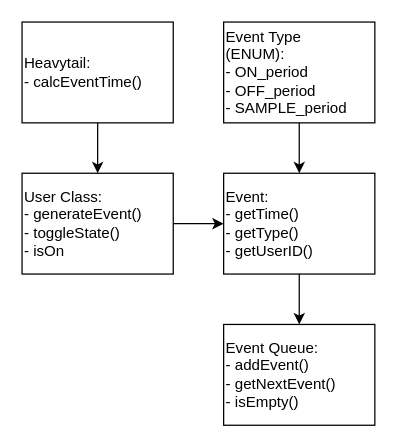
This is Untitled Diagram.drawio from Finn-Kins/Traffic_SIM, a draw.io file, before an edit. Source tidied: cells renumbered, new cells numbered last; positions are measured from the earlier drawing's top-left corner, leaving out a move shared by most shapes. Both pictures are drawn from the tidied source at 126%, with x=0, y=0 at pixel (21, 21).
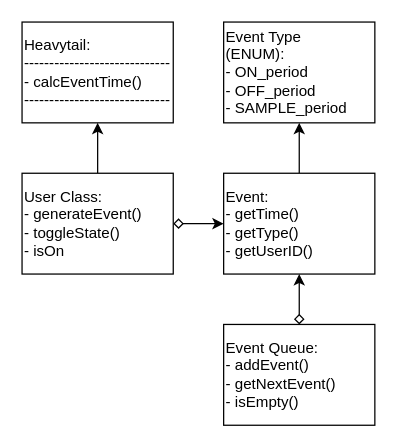
The same diagram, later.

Change to the diagram source:
```diff
@@
 <mxGraphModel>
   <root>
     <mxCell id="0" />
     <mxCell id="1" parent="0" />
-    <mxCell id="2" style="edgeStyle=orthogonalEdgeStyle;rounded=0;jettySize=auto;html=1;entryX=0;entryY=0.5;entryDx=0;entryDy=0;" parent="1" edge="1" source="3" target="5">
+    <mxCell id="2" style="edgeStyle=orthogonalEdgeStyle;rounded=0;jettySize=auto;html=1;entryX=0;entryY=0.5;entryDx=0;entryDy=0;startArrow=diamond;startFill=0;" parent="1" edge="1" source="3" target="5">
       <mxGeometry relative="1" as="geometry" />
     </mxCell>
+    <mxCell id="11" style="edgeStyle=orthogonalEdgeStyle;rounded=0;jettySize=auto;html=1;entryX=0.5;entryY=1;entryDx=0;entryDy=0;" parent="1" edge="1" source="3" target="10">
+      <mxGeometry relative="1" as="geometry" />
+    </mxCell>
     <mxCell id="3" value="User Class:&lt;div&gt;- generateEvent()&lt;/div&gt;&lt;div&gt;- toggleState()&lt;/div&gt;&lt;div&gt;- isOn&lt;/div&gt;" style="whiteSpace=wrap;html=1;align=left;" parent="1" vertex="1">
       <mxGeometry y="120" width="120" height="80" as="geometry" />
     </mxCell>
-    <mxCell id="4" style="edgeStyle=orthogonalEdgeStyle;rounded=0;jettySize=auto;html=1;entryX=0.5;entryY=0;entryDx=0;entryDy=0;" parent="1" edge="1" source="5" target="6">
-      <mxGeometry relative="1" as="geometry" />
-    </mxCell>
+    <mxCell id="12" style="edgeStyle=orthogonalEdgeStyle;rounded=0;jettySize=auto;html=1;entryX=0.5;entryY=1;entryDx=0;entryDy=0;" parent="1" edge="1" source="5" target="8">
+      <mxGeometry relative="1" as="geometry" />
+    </mxCell>
     <mxCell id="5" value="Event:&lt;div&gt;- getTime()&lt;/div&gt;&lt;div&gt;- getType()&lt;/div&gt;&lt;div&gt;- getUserID()&lt;/div&gt;" style="whiteSpace=wrap;html=1;align=left;" parent="1" vertex="1">
       <mxGeometry x="160" y="120" width="120" height="80" as="geometry" />
     </mxCell>
+    <mxCell id="13" style="edgeStyle=orthogonalEdgeStyle;rounded=0;jettySize=auto;html=1;entryX=0.5;entryY=1;entryDx=0;entryDy=0;startArrow=diamond;startFill=0;" parent="1" edge="1" source="6" target="5">
+      <mxGeometry relative="1" as="geometry" />
+    </mxCell>
     <mxCell id="6" value="Event Queue:&lt;div&gt;- addEvent()&lt;/div&gt;&lt;div&gt;- getNextEvent()&lt;/div&gt;&lt;div&gt;- isEmpty()&lt;/div&gt;" style="whiteSpace=wrap;html=1;align=left;" parent="1" vertex="1">
       <mxGeometry x="160" y="240" width="120" height="80" as="geometry" />
     </mxCell>
-    <mxCell id="7" style="edgeStyle=orthogonalEdgeStyle;rounded=0;jettySize=auto;html=1;entryX=0.5;entryY=0;entryDx=0;entryDy=0;" parent="1" edge="1" source="8" target="5">
-      <mxGeometry relative="1" as="geometry" />
-    </mxCell>
     <mxCell id="8" value="Event Type&lt;div&gt;(ENUM):&lt;/div&gt;&lt;div&gt;- ON_period&lt;/div&gt;&lt;div&gt;- OFF_period&lt;/div&gt;&lt;div&gt;- SAMPLE_period&lt;/div&gt;" style="whiteSpace=wrap;html=1;align=left;" parent="1" vertex="1">
       <mxGeometry x="160" width="120" height="80" as="geometry" />
     </mxCell>
-    <mxCell id="9" style="edgeStyle=orthogonalEdgeStyle;rounded=0;jettySize=auto;html=1;entryX=0.5;entryY=0;entryDx=0;entryDy=0;" parent="1" edge="1" source="10" target="3">
-      <mxGeometry relative="1" as="geometry" />
-    </mxCell>
-    <mxCell id="10" value="Heavytail:&lt;div&gt;- calcEventTime()&lt;/div&gt;" style="whiteSpace=wrap;html=1;align=left;" parent="1" vertex="1">
+    <mxCell id="10" value="Heavytail:&lt;div&gt;-----------------------------&lt;/div&gt;&lt;div&gt;&lt;div&gt;- calcEventTime()&lt;/div&gt;&lt;/div&gt;&lt;div&gt;-----------------------------&lt;/div&gt;" style="whiteSpace=wrap;html=1;align=left;" parent="1" vertex="1">
       <mxGeometry width="120" height="80" as="geometry" />
     </mxCell>
   </root>
 </mxGraphModel>
```
